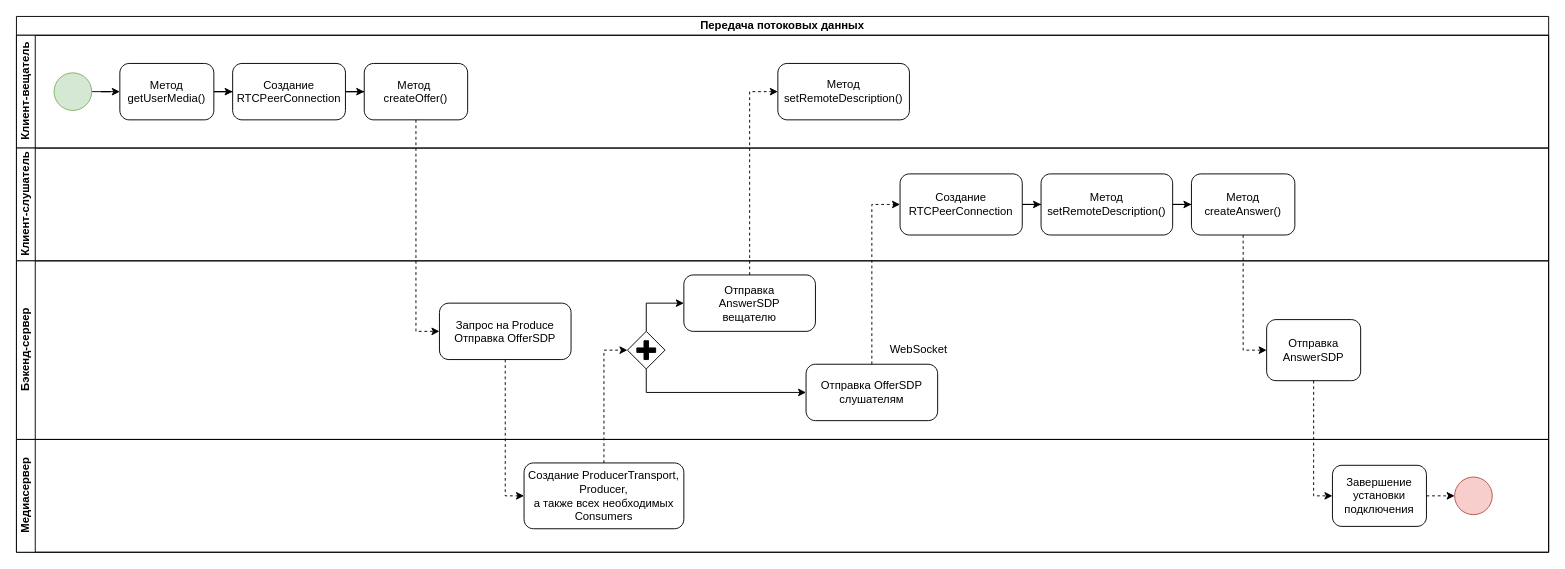
Before: page "Страница 2" (2 of 3) of Диаграммы/Процесс.drawio in den59k/community, a draw.io diagram. Source tidied: cells renumbered, new cells numbered last; positions are measured from the earlier drawing's top-left corner, leaving out a move shared by most shapes. Both pictures are drawn from the tidied source at 94%, with x=0, y=0 at pixel (16, 16).
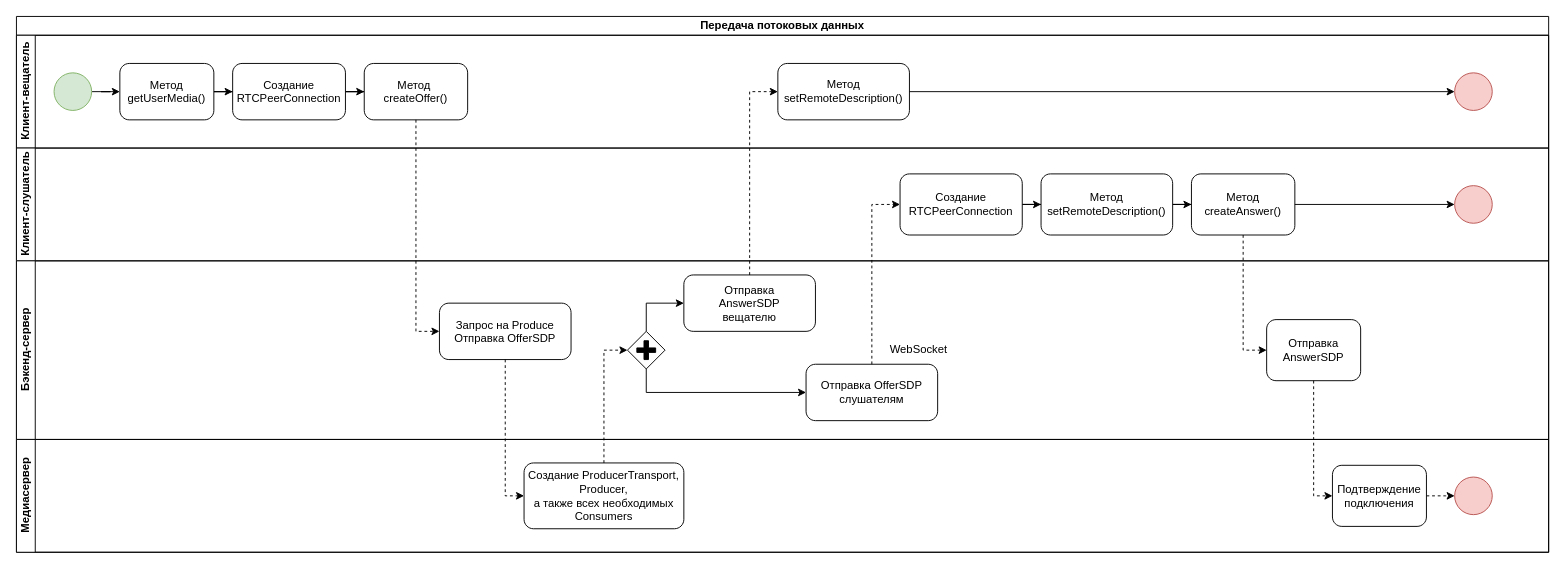
The same page after the edit.

The change refers to these unchanged cells:
```xml
<mxCell id="2" value="Передача потоковых данных" style="swimlane;html=1;horizontal=1;startSize=20;whiteSpace=wrap;" parent="1" vertex="1">
  <mxGeometry width="1630" height="570" as="geometry" />
</mxCell>
<mxCell id="11" value="Метод setRemoteDescription()" style="points=[[0.25,0,0],[0.5,0,0],[0.75,0,0],[1,0.25,0],[1,0.5,0],[1,0.75,0],[0.75,1,0],[0.5,1,0],[0.25,1,0],[0,0.75,0],[0,0.5,0],[0,0.25,0]];shape=mxgraph.bpmn.task;rectStyle=rounded;size=10;taskMarker=abstract;whiteSpace=wrap;" parent="3" vertex="1">
  <mxGeometry x="810" y="30" width="140" height="60" as="geometry" />
</mxCell>
<mxCell id="12" value="Клиент-слушатель" style="swimlane;html=1;startSize=20;horizontal=0;" parent="2" vertex="1">
  <mxGeometry y="140" width="1630" height="120" as="geometry" />
</mxCell>
<mxCell id="19" value="Метод &#10;createAnswer()" style="points=[[0.25,0,0],[0.5,0,0],[0.75,0,0],[1,0.25,0],[1,0.5,0],[1,0.75,0],[0.75,1,0],[0.5,1,0],[0.25,1,0],[0,0.75,0],[0,0.5,0],[0,0.25,0]];shape=mxgraph.bpmn.task;rectStyle=rounded;size=10;taskMarker=abstract;whiteSpace=wrap;" parent="12" vertex="1">
  <mxGeometry x="1250" y="27.5" width="110" height="65" as="geometry" />
</mxCell>
<mxCell id="29" value="Медиасервер" style="swimlane;html=1;startSize=20;horizontal=0;" parent="2" vertex="1">
  <mxGeometry y="450" width="1630" height="120" as="geometry" />
</mxCell>
```

Change to the diagram source:
```diff
@@
+    <mxCell id="41" style="points=[[0.145,0.145,0],[0.5,0,0],[0.855,0.145,0],[1,0.5,0],[0.855,0.855,0],[0.5,1,0],[0.145,0.855,0],[0,0.5,0]];shape=mxgraph.bpmn.event;html=1;verticalLabelPosition=bottom;labelBackgroundColor=#ffffff;verticalAlign=top;align=center;perimeter=ellipsePerimeter;outlineConnect=0;outline=standard;symbol=general;fillColor=#f8cecc;strokeColor=#b85450;" parent="12" vertex="1">
+      <mxGeometry x="1530" y="40" width="40" height="40" as="geometry" />
+    </mxCell>
+    <mxCell id="42" style="edgeStyle=orthogonalEdgeStyle;rounded=0;jettySize=auto;html=1;exitX=1;exitY=0.5;exitDx=0;exitDy=0;exitPerimeter=0;" parent="12" edge="1" source="19" target="41">
+      <mxGeometry relative="1" as="geometry" />
+    </mxCell>
@@
-    <mxCell id="32" value="Завершение установки&#10;подключения" style="points=[[0.25,0,0],[0.5,0,0],[0.75,0,0],[1,0.25,0],[1,0.5,0],[1,0.75,0],[0.75,1,0],[0.5,1,0],[0.25,1,0],[0,0.75,0],[0,0.5,0],[0,0.25,0]];shape=mxgraph.bpmn.task;rectStyle=rounded;size=10;taskMarker=abstract;whiteSpace=wrap;" parent="29" vertex="1">
+    <mxCell id="32" value="Подтверждение подключения" style="points=[[0.25,0,0],[0.5,0,0],[0.75,0,0],[1,0.25,0],[1,0.5,0],[1,0.75,0],[0.75,1,0],[0.5,1,0],[0.25,1,0],[0,0.75,0],[0,0.5,0],[0,0.25,0]];shape=mxgraph.bpmn.task;rectStyle=rounded;size=10;taskMarker=abstract;whiteSpace=wrap;" parent="29" vertex="1">
       <mxGeometry x="1400" y="27.5" width="100" height="65" as="geometry" />
     </mxCell>
@@
+    <mxCell id="43" style="points=[[0.145,0.145,0],[0.5,0,0],[0.855,0.145,0],[1,0.5,0],[0.855,0.855,0],[0.5,1,0],[0.145,0.855,0],[0,0.5,0]];shape=mxgraph.bpmn.event;html=1;verticalLabelPosition=bottom;labelBackgroundColor=#ffffff;verticalAlign=top;align=center;perimeter=ellipsePerimeter;outlineConnect=0;outline=standard;symbol=general;fillColor=#f8cecc;strokeColor=#b85450;" parent="29" vertex="1">
+      <mxGeometry x="1530" y="-390" width="40" height="40" as="geometry" />
+    </mxCell>
@@
+    <mxCell id="44" style="edgeStyle=orthogonalEdgeStyle;rounded=0;jettySize=auto;html=1;exitX=1;exitY=0.5;exitDx=0;exitDy=0;exitPerimeter=0;entryX=0;entryY=0.5;entryDx=0;entryDy=0;entryPerimeter=0;" parent="2" edge="1" source="11" target="43">
+      <mxGeometry relative="1" as="geometry" />
+    </mxCell>
```
